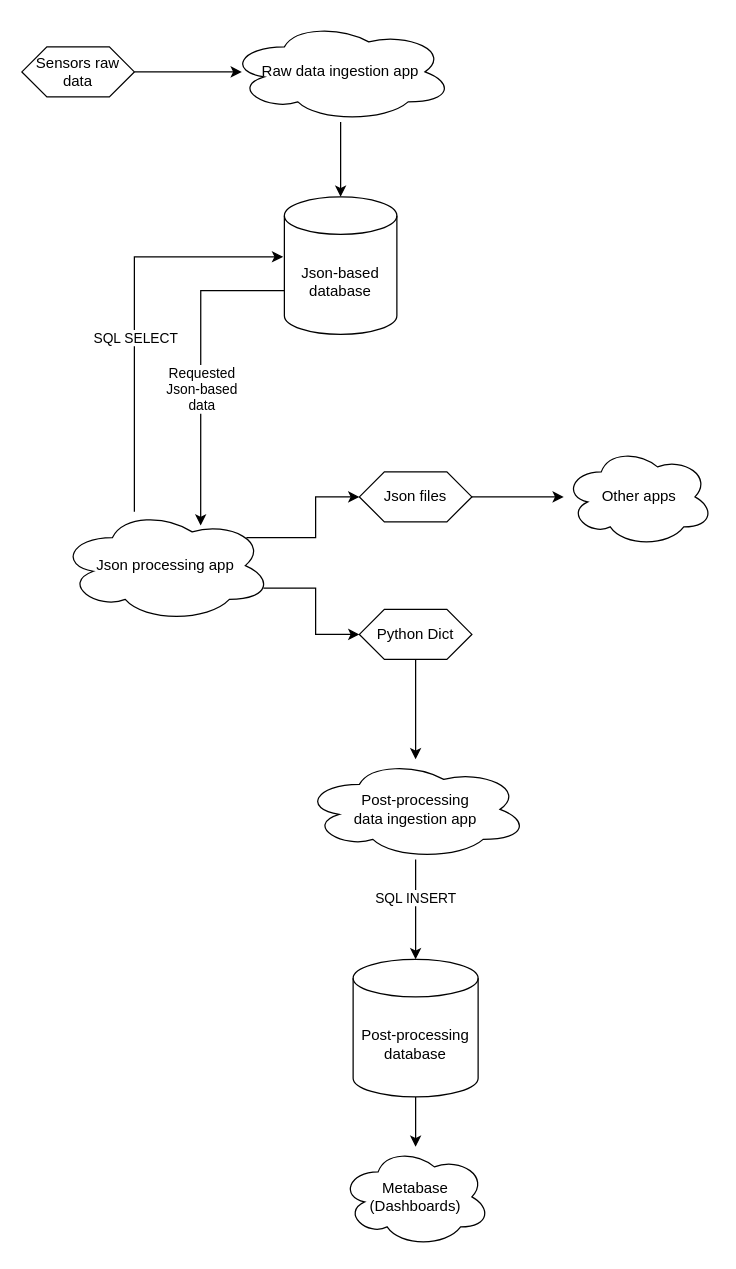
Earlier version of the draw.io diagram backend/db/SuggestJson.drawio (bobkatla/SpaceUtil). Source tidied: cells renumbered, new cells numbered last; positions are measured from the earlier drawing's top-left corner, leaving out a move shared by most shapes. Both pictures are drawn from the tidied source at 125%, with x=0, y=0 at pixel (21, 21).
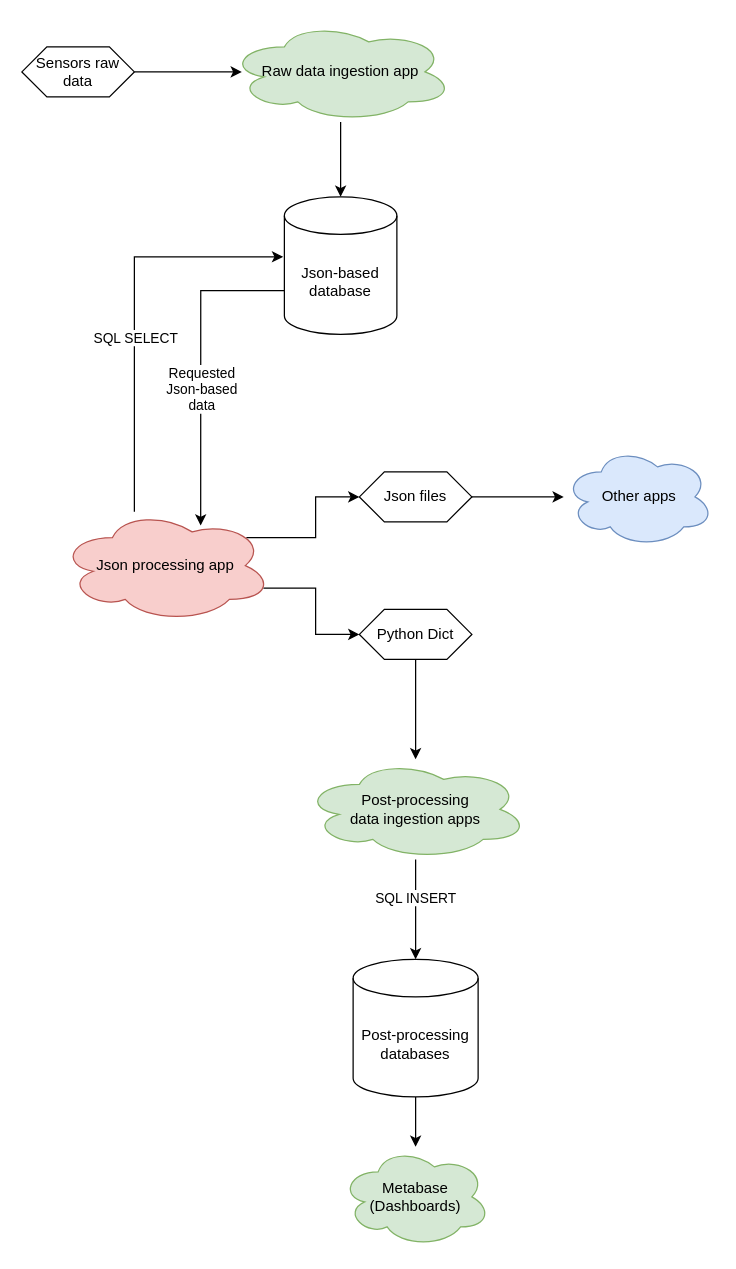
The same page after the edit.

What changed in the source:
```diff
@@
-    <mxCell id="9" value="Json processing app" style="ellipse;shape=cloud;whiteSpace=wrap;html=1;" parent="1" vertex="1">
+    <mxCell id="9" value="Json processing app" style="ellipse;shape=cloud;whiteSpace=wrap;html=1;fillColor=#f8cecc;strokeColor=#b85450;" parent="1" vertex="1">
       <mxGeometry x="30" y="390" width="170" height="90" as="geometry" />
     </mxCell>
@@
-    <mxCell id="14" value="Other apps" style="ellipse;shape=cloud;whiteSpace=wrap;html=1;" parent="1" vertex="1">
+    <mxCell id="14" value="Other apps" style="ellipse;shape=cloud;whiteSpace=wrap;html=1;fillColor=#dae8fc;strokeColor=#6c8ebf;" parent="1" vertex="1">
       <mxGeometry x="433.5" y="340" width="120" height="80" as="geometry" />
     </mxCell>
@@
-    <mxCell id="17" value="Post-processing &lt;br&gt;data ingestion app" style="ellipse;shape=cloud;whiteSpace=wrap;html=1;" parent="1" vertex="1">
+    <mxCell id="17" value="Post-processing &lt;br&gt;data ingestion apps" style="ellipse;shape=cloud;whiteSpace=wrap;html=1;fillColor=#d5e8d4;strokeColor=#82b366;" parent="1" vertex="1">
       <mxGeometry x="225" y="590" width="180" height="80" as="geometry" />
     </mxCell>
@@
-    <mxCell id="19" value="Post-processing database" style="shape=cylinder3;whiteSpace=wrap;html=1;boundedLbl=1;backgroundOutline=1;size=15;" parent="1" vertex="1">
+    <mxCell id="19" value="Post-processing databases" style="shape=cylinder3;whiteSpace=wrap;html=1;boundedLbl=1;backgroundOutline=1;size=15;" parent="1" vertex="1">
       <mxGeometry x="265" y="750" width="100" height="110" as="geometry" />
     </mxCell>
@@
-    <mxCell id="22" value="Metabase (Dashboards)" style="ellipse;shape=cloud;whiteSpace=wrap;html=1;" parent="1" vertex="1">
+    <mxCell id="22" value="Metabase (Dashboards)" style="ellipse;shape=cloud;whiteSpace=wrap;html=1;fillColor=#d5e8d4;strokeColor=#82b366;" parent="1" vertex="1">
       <mxGeometry x="255" y="900" width="120" height="80" as="geometry" />
     </mxCell>
@@
-    <mxCell id="24" value="Raw data ingestion app" style="ellipse;shape=cloud;whiteSpace=wrap;html=1;" parent="1" vertex="1">
+    <mxCell id="24" value="Raw data ingestion app" style="ellipse;shape=cloud;whiteSpace=wrap;html=1;fillColor=#d5e8d4;strokeColor=#82b366;" parent="1" vertex="1">
       <mxGeometry x="165" width="180" height="80" as="geometry" />
     </mxCell>
```
